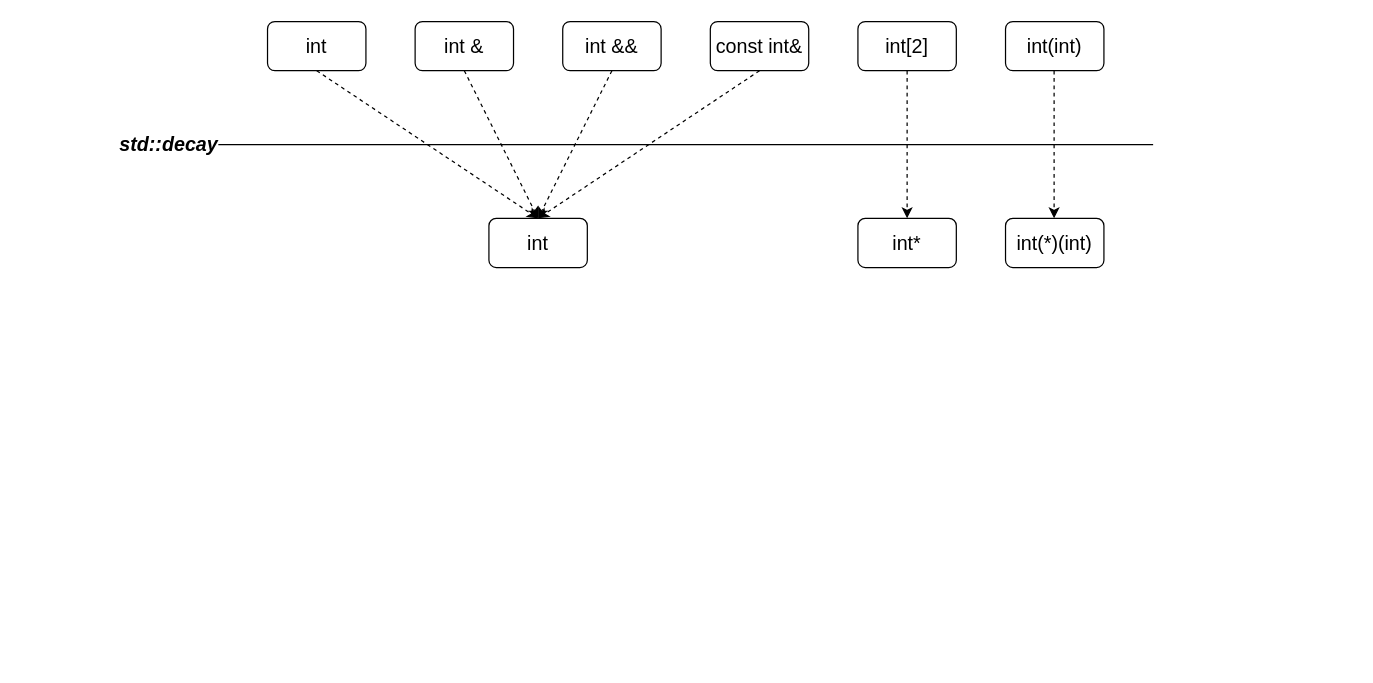
alanzhai219/code-snippet keeps this draw.io diagram as decay.drawio. Above is the earlier version. Source tidied: cells renumbered, new cells numbered last; positions are measured from the earlier drawing's top-left corner, leaving out a move shared by most shapes. Both pictures are drawn from the tidied source at 123%, with x=0, y=0 at pixel (119, 21).
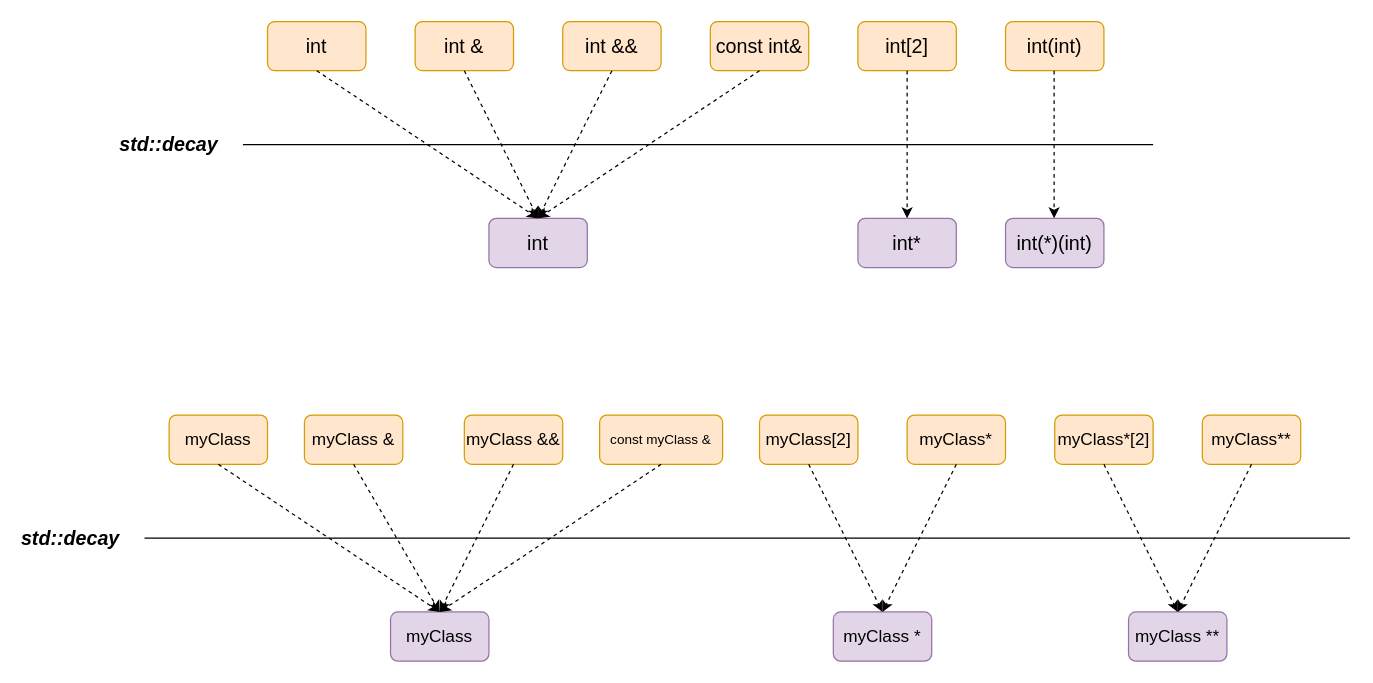
Above is the later version.

Change to the diagram source:
```diff
@@
-    <mxCell id="2" value="&lt;font style=&quot;font-size: 16px&quot;&gt;int&lt;/font&gt;" style="rounded=1;whiteSpace=wrap;html=1;" parent="1" vertex="1">
+    <mxCell id="2" value="&lt;font style=&quot;font-size: 16px&quot;&gt;int&lt;/font&gt;" style="rounded=1;whiteSpace=wrap;html=1;fillColor=#ffe6cc;strokeColor=#d79b00;" parent="1" vertex="1">
       <mxGeometry x="120" width="80" height="40" as="geometry" />
     </mxCell>
-    <mxCell id="3" value="&lt;font style=&quot;font-size: 16px&quot;&gt;int &amp;amp;&lt;/font&gt;" style="rounded=1;whiteSpace=wrap;html=1;" parent="1" vertex="1">
+    <mxCell id="3" value="&lt;font style=&quot;font-size: 16px&quot;&gt;int &amp;amp;&lt;/font&gt;" style="rounded=1;whiteSpace=wrap;html=1;fillColor=#ffe6cc;strokeColor=#d79b00;" parent="1" vertex="1">
       <mxGeometry x="240" width="80" height="40" as="geometry" />
     </mxCell>
-    <mxCell id="4" value="&lt;font style=&quot;font-size: 16px&quot;&gt;int &amp;amp;&amp;amp;&lt;/font&gt;" style="rounded=1;whiteSpace=wrap;html=1;" parent="1" vertex="1">
+    <mxCell id="4" value="&lt;font style=&quot;font-size: 16px&quot;&gt;int &amp;amp;&amp;amp;&lt;/font&gt;" style="rounded=1;whiteSpace=wrap;html=1;fillColor=#ffe6cc;strokeColor=#d79b00;" parent="1" vertex="1">
       <mxGeometry x="360" width="80" height="40" as="geometry" />
     </mxCell>
-    <mxCell id="5" value="&lt;font style=&quot;font-size: 16px&quot;&gt;const int&amp;amp;&lt;/font&gt;" style="rounded=1;whiteSpace=wrap;html=1;" parent="1" vertex="1">
+    <mxCell id="5" value="&lt;font style=&quot;font-size: 16px&quot;&gt;const int&amp;amp;&lt;/font&gt;" style="rounded=1;whiteSpace=wrap;html=1;fillColor=#ffe6cc;strokeColor=#d79b00;" parent="1" vertex="1">
       <mxGeometry x="480" width="80" height="40" as="geometry" />
     </mxCell>
-    <mxCell id="6" value="&lt;font style=&quot;font-size: 16px&quot;&gt;int[2]&lt;/font&gt;" style="rounded=1;whiteSpace=wrap;html=1;" parent="1" vertex="1">
+    <mxCell id="6" value="&lt;font style=&quot;font-size: 16px&quot;&gt;int[2]&lt;/font&gt;" style="rounded=1;whiteSpace=wrap;html=1;fillColor=#ffe6cc;strokeColor=#d79b00;" parent="1" vertex="1">
       <mxGeometry x="600" width="80" height="40" as="geometry" />
     </mxCell>
-    <mxCell id="7" value="&lt;font style=&quot;font-size: 16px&quot;&gt;int(int)&lt;/font&gt;" style="rounded=1;whiteSpace=wrap;html=1;" parent="1" vertex="1">
+    <mxCell id="7" value="&lt;font style=&quot;font-size: 16px&quot;&gt;int(int)&lt;/font&gt;" style="rounded=1;whiteSpace=wrap;html=1;fillColor=#ffe6cc;strokeColor=#d79b00;" parent="1" vertex="1">
       <mxGeometry x="720" width="80" height="40" as="geometry" />
     </mxCell>
-    <mxCell id="8" value="&lt;font style=&quot;font-size: 16px&quot;&gt;int&lt;/font&gt;" style="rounded=1;whiteSpace=wrap;html=1;" parent="1" vertex="1">
+    <mxCell id="8" value="&lt;font style=&quot;font-size: 16px&quot;&gt;int&lt;/font&gt;" style="rounded=1;whiteSpace=wrap;html=1;fillColor=#e1d5e7;strokeColor=#9673a6;" parent="1" vertex="1">
       <mxGeometry x="300" y="160" width="80" height="40" as="geometry" />
     </mxCell>
-    <mxCell id="9" value="&lt;font style=&quot;font-size: 16px&quot;&gt;int*&lt;/font&gt;" style="rounded=1;whiteSpace=wrap;html=1;" parent="1" vertex="1">
+    <mxCell id="9" value="&lt;font style=&quot;font-size: 16px&quot;&gt;int*&lt;/font&gt;" style="rounded=1;whiteSpace=wrap;html=1;fillColor=#e1d5e7;strokeColor=#9673a6;" parent="1" vertex="1">
       <mxGeometry x="600" y="160" width="80" height="40" as="geometry" />
     </mxCell>
-    <mxCell id="10" value="&lt;font style=&quot;font-size: 16px&quot;&gt;int(*)(int)&lt;/font&gt;" style="rounded=1;whiteSpace=wrap;html=1;" parent="1" vertex="1">
+    <mxCell id="10" value="&lt;font style=&quot;font-size: 16px&quot;&gt;int(*)(int)&lt;/font&gt;" style="rounded=1;whiteSpace=wrap;html=1;fillColor=#e1d5e7;strokeColor=#9673a6;" parent="1" vertex="1">
       <mxGeometry x="720" y="160" width="80" height="40" as="geometry" />
     </mxCell>
@@
     <mxCell id="17" style="endArrow=none;html=1;" parent="1" edge="1">
       <mxGeometry relative="1" as="geometry">
-        <mxPoint x="80" y="100" as="sourcePoint" />
+        <mxPoint x="100" y="100" as="sourcePoint" />
         <mxPoint x="840" y="100" as="targetPoint" />
       </mxGeometry>
     </mxCell>
@@
+    <mxCell id="19" value="&lt;font style=&quot;font-size: 14px&quot;&gt;myClass&lt;/font&gt;" style="rounded=1;whiteSpace=wrap;html=1;fillColor=#ffe6cc;strokeColor=#d79b00;" parent="1" vertex="1">
+      <mxGeometry x="40" y="320" width="80" height="40" as="geometry" />
+    </mxCell>
+    <mxCell id="20" value="&lt;font style=&quot;font-size: 14px&quot;&gt;myClass &amp;amp;&lt;/font&gt;" style="rounded=1;whiteSpace=wrap;html=1;fillColor=#ffe6cc;strokeColor=#d79b00;" parent="1" vertex="1">
+      <mxGeometry x="150" y="320" width="80" height="40" as="geometry" />
+    </mxCell>
+    <mxCell id="21" value="&lt;font style=&quot;font-size: 14px&quot;&gt;myClass &amp;amp;&amp;amp;&lt;/font&gt;" style="rounded=1;whiteSpace=wrap;html=1;fillColor=#ffe6cc;strokeColor=#d79b00;" parent="1" vertex="1">
+      <mxGeometry x="280" y="320" width="80" height="40" as="geometry" />
+    </mxCell>
+    <mxCell id="22" value="&lt;font style=&quot;font-size: 11px&quot;&gt;const myClass &amp;amp;&lt;/font&gt;" style="rounded=1;whiteSpace=wrap;html=1;fillColor=#ffe6cc;strokeColor=#d79b00;" parent="1" vertex="1">
+      <mxGeometry x="390" y="320" width="100" height="40" as="geometry" />
+    </mxCell>
+    <mxCell id="23" value="&lt;font style=&quot;font-size: 14px&quot;&gt;myClass[2]&lt;/font&gt;" style="rounded=1;whiteSpace=wrap;html=1;fillColor=#ffe6cc;strokeColor=#d79b00;" parent="1" vertex="1">
+      <mxGeometry x="520" y="320" width="80" height="40" as="geometry" />
+    </mxCell>
+    <mxCell id="24" value="&lt;font style=&quot;font-size: 14px&quot;&gt;myClass*&lt;/font&gt;" style="rounded=1;whiteSpace=wrap;html=1;fillColor=#ffe6cc;strokeColor=#d79b00;" parent="1" vertex="1">
+      <mxGeometry x="640" y="320" width="80" height="40" as="geometry" />
+    </mxCell>
+    <mxCell id="25" value="&lt;font style=&quot;font-size: 14px&quot;&gt;myClass*[2]&lt;/font&gt;" style="rounded=1;whiteSpace=wrap;html=1;fillColor=#ffe6cc;strokeColor=#d79b00;" parent="1" vertex="1">
+      <mxGeometry x="760" y="320" width="80" height="40" as="geometry" />
+    </mxCell>
+    <mxCell id="26" value="&lt;font style=&quot;font-size: 14px&quot;&gt;myClass**&lt;/font&gt;" style="rounded=1;whiteSpace=wrap;html=1;fillColor=#ffe6cc;strokeColor=#d79b00;" parent="1" vertex="1">
+      <mxGeometry x="880" y="320" width="80" height="40" as="geometry" />
+    </mxCell>
+    <mxCell id="27" value="&lt;font style=&quot;font-size: 14px&quot;&gt;myClass&lt;/font&gt;" style="rounded=1;whiteSpace=wrap;html=1;fillColor=#e1d5e7;strokeColor=#9673a6;" parent="1" vertex="1">
+      <mxGeometry x="220" y="480" width="80" height="40" as="geometry" />
+    </mxCell>
+    <mxCell id="28" style="endArrow=classic;html=1;exitX=0.5;exitY=1;exitDx=0;exitDy=0;entryX=0.5;entryY=0;entryDx=0;entryDy=0;dashed=1;" parent="1" edge="1">
+      <mxGeometry relative="1" as="geometry">
+        <mxPoint x="80" y="360" as="sourcePoint" />
+        <mxPoint x="260" y="480" as="targetPoint" />
+      </mxGeometry>
+    </mxCell>
+    <mxCell id="29" style="endArrow=classic;html=1;exitX=0.5;exitY=1;exitDx=0;exitDy=0;dashed=1;" parent="1" edge="1" source="20">
+      <mxGeometry relative="1" as="geometry">
+        <mxPoint x="260" y="480" as="targetPoint" />
+      </mxGeometry>
+    </mxCell>
+    <mxCell id="30" style="endArrow=classic;html=1;exitX=0.5;exitY=1;exitDx=0;exitDy=0;entryX=0.5;entryY=0;entryDx=0;entryDy=0;dashed=1;" parent="1" edge="1" source="21" target="27">
+      <mxGeometry relative="1" as="geometry" />
+    </mxCell>
+    <mxCell id="31" style="endArrow=classic;html=1;exitX=0.5;exitY=1;exitDx=0;exitDy=0;entryX=0.5;entryY=0;entryDx=0;entryDy=0;dashed=1;" parent="1" edge="1" source="22" target="27">
+      <mxGeometry relative="1" as="geometry" />
+    </mxCell>
+    <mxCell id="32" value="&lt;font style=&quot;font-size: 14px&quot;&gt;myClass *&lt;/font&gt;" style="rounded=1;whiteSpace=wrap;html=1;fillColor=#e1d5e7;strokeColor=#9673a6;" parent="1" vertex="1">
+      <mxGeometry x="580" y="480" width="80" height="40" as="geometry" />
+    </mxCell>
+    <mxCell id="33" style="endArrow=classic;html=1;exitX=0.5;exitY=1;exitDx=0;exitDy=0;entryX=0.5;entryY=0;entryDx=0;entryDy=0;dashed=1;" parent="1" edge="1" target="32">
+      <mxGeometry relative="1" as="geometry">
+        <mxPoint x="560" y="360" as="sourcePoint" />
+      </mxGeometry>
+    </mxCell>
+    <mxCell id="34" style="endArrow=classic;html=1;exitX=0.5;exitY=1;exitDx=0;exitDy=0;entryX=0.5;entryY=0;entryDx=0;entryDy=0;dashed=1;" parent="1" edge="1" source="24" target="32">
+      <mxGeometry relative="1" as="geometry" />
+    </mxCell>
+    <mxCell id="35" value="&lt;font style=&quot;font-size: 14px&quot;&gt;myClass **&lt;/font&gt;" style="rounded=1;whiteSpace=wrap;html=1;fillColor=#e1d5e7;strokeColor=#9673a6;" parent="1" vertex="1">
+      <mxGeometry x="820" y="480" width="80" height="40" as="geometry" />
+    </mxCell>
+    <mxCell id="36" style="endArrow=classic;html=1;exitX=0.5;exitY=1;exitDx=0;exitDy=0;entryX=0.5;entryY=0;entryDx=0;entryDy=0;dashed=1;" parent="1" edge="1">
+      <mxGeometry relative="1" as="geometry">
+        <mxPoint x="800" y="360" as="sourcePoint" />
+        <mxPoint x="860" y="480" as="targetPoint" />
+      </mxGeometry>
+    </mxCell>
+    <mxCell id="37" style="endArrow=classic;html=1;exitX=0.5;exitY=1;exitDx=0;exitDy=0;entryX=0.5;entryY=0;entryDx=0;entryDy=0;dashed=1;" parent="1" edge="1" source="26" target="35">
+      <mxGeometry relative="1" as="geometry" />
+    </mxCell>
+    <mxCell id="38" style="endArrow=none;html=1;" parent="1" edge="1">
+      <mxGeometry relative="1" as="geometry">
+        <mxPoint x="20" y="420" as="sourcePoint" />
+        <mxPoint x="1000" y="420" as="targetPoint" />
+      </mxGeometry>
+    </mxCell>
+    <mxCell id="39" value="&lt;font style=&quot;font-size: 16px&quot;&gt;&lt;b&gt;&lt;i&gt;std::decay&lt;/i&gt;&lt;/b&gt;&lt;/font&gt;" style="text;html=1;strokeColor=none;fillColor=none;align=center;verticalAlign=middle;whiteSpace=wrap;rounded=0;" parent="1" vertex="1">
+      <mxGeometry x="-80" y="400" width="80" height="40" as="geometry" />
+    </mxCell>
```
